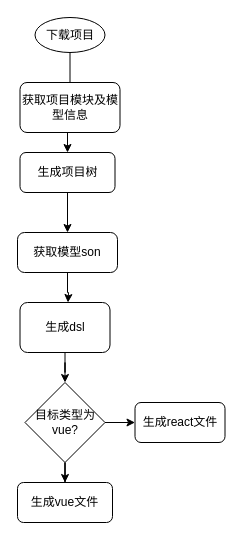
Before: page "生成项目工程" (4 of 6) of Untitled Diagram.drawio in weiyi1125/helloworld, a draw.io diagram. Source tidied: cells renumbered, new cells numbered last; positions are measured from the earlier drawing's top-left corner, leaving out a move shared by most shapes. Both pictures are drawn from the tidied source at 100%, with x=0, y=0 at pixel (17, 17).
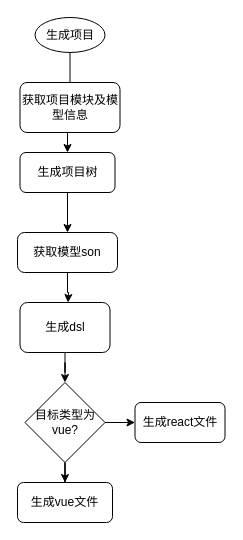
The same diagram, later.

What changed in the source:
```diff
@@
 <mxGraphModel>
   <root>
     <mxCell id="0" />
     <mxCell id="1" parent="0" />
     <mxCell id="2" style="edgeStyle=orthogonalEdgeStyle;rounded=0;jettySize=auto;html=1;" parent="1" edge="1" source="3" target="8">
       <mxGeometry relative="1" as="geometry" />
     </mxCell>
-    <mxCell id="3" value="下载项目" style="strokeWidth=1;html=1;shape=mxgraph.flowchart.start_1;whiteSpace=wrap;" parent="1" vertex="1">
+    <mxCell id="3" value="生成项目" style="strokeWidth=1;html=1;shape=mxgraph.flowchart.start_1;whiteSpace=wrap;" parent="1" vertex="1">
       <mxGeometry x="17.5" width="70" height="35" as="geometry" />
     </mxCell>
     <mxCell id="4" value="获取项目模块及模型信息" style="rounded=1;whiteSpace=wrap;html=1;absoluteArcSize=1;arcSize=14;strokeWidth=1;" parent="1" vertex="1">
       <mxGeometry x="2.5" y="65" width="100" height="50" as="geometry" />
     </mxCell>
     <mxCell id="5" style="edgeStyle=orthogonalEdgeStyle;rounded=0;jettySize=auto;html=1;" parent="1" edge="1" source="6">
       <mxGeometry relative="1" as="geometry">
         <mxPoint x="50.5" y="285" as="targetPoint" />
       </mxGeometry>
     </mxCell>
     <mxCell id="6" value="获取模型son" style="rounded=1;whiteSpace=wrap;html=1;absoluteArcSize=1;arcSize=14;strokeWidth=1;" parent="1" vertex="1">
       <mxGeometry y="215" width="100" height="40" as="geometry" />
     </mxCell>
     <mxCell id="7" style="edgeStyle=orthogonalEdgeStyle;rounded=0;jettySize=auto;html=1;" parent="1" edge="1" source="8" target="6">
       <mxGeometry relative="1" as="geometry" />
     </mxCell>
     <mxCell id="8" value="生成项目树" style="rounded=1;whiteSpace=wrap;html=1;" parent="1" vertex="1">
       <mxGeometry x="2.5" y="135" width="95" height="40" as="geometry" />
     </mxCell>
     <mxCell id="9" value="生成vue文件" style="rounded=1;whiteSpace=wrap;html=1;strokeWidth=1;" parent="1" vertex="1">
       <mxGeometry y="465" width="95" height="40" as="geometry" />
     </mxCell>
     <mxCell id="10" style="edgeStyle=orthogonalEdgeStyle;rounded=0;jettySize=auto;html=1;" parent="1" edge="1" source="11" target="14">
       <mxGeometry relative="1" as="geometry" />
     </mxCell>
     <mxCell id="11" value="生成dsl" style="rounded=1;whiteSpace=wrap;html=1;strokeWidth=1;" parent="1" vertex="1">
       <mxGeometry x="2.5" y="285" width="90" height="50" as="geometry" />
     </mxCell>
     <mxCell id="12" style="edgeStyle=orthogonalEdgeStyle;rounded=0;jettySize=auto;html=1;" parent="1" edge="1" source="14" target="15">
       <mxGeometry relative="1" as="geometry" />
     </mxCell>
     <mxCell id="13" style="edgeStyle=orthogonalEdgeStyle;rounded=0;jettySize=auto;html=1;" parent="1" edge="1" source="14" target="9">
       <mxGeometry relative="1" as="geometry" />
     </mxCell>
     <mxCell id="14" value="目标类型为vue?" style="rhombus;whiteSpace=wrap;html=1;strokeWidth=1;" parent="1" vertex="1">
       <mxGeometry x="7.5" y="365" width="80" height="80" as="geometry" />
     </mxCell>
     <mxCell id="15" value="生成react文件" style="rounded=1;whiteSpace=wrap;html=1;strokeWidth=1;" parent="1" vertex="1">
       <mxGeometry x="117.5" y="385" width="90" height="40" as="geometry" />
     </mxCell>
   </root>
 </mxGraphModel>
```
